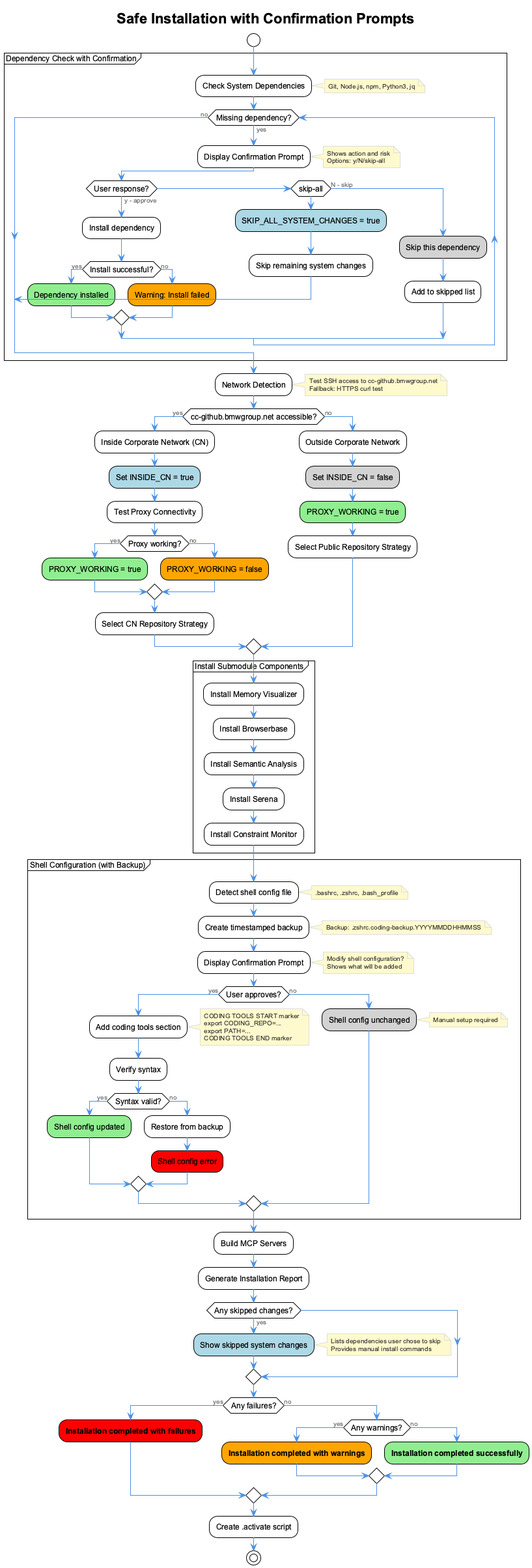
Above: docs/images/installation-flow.png in fwornle/coding (PlantUML), before the change.
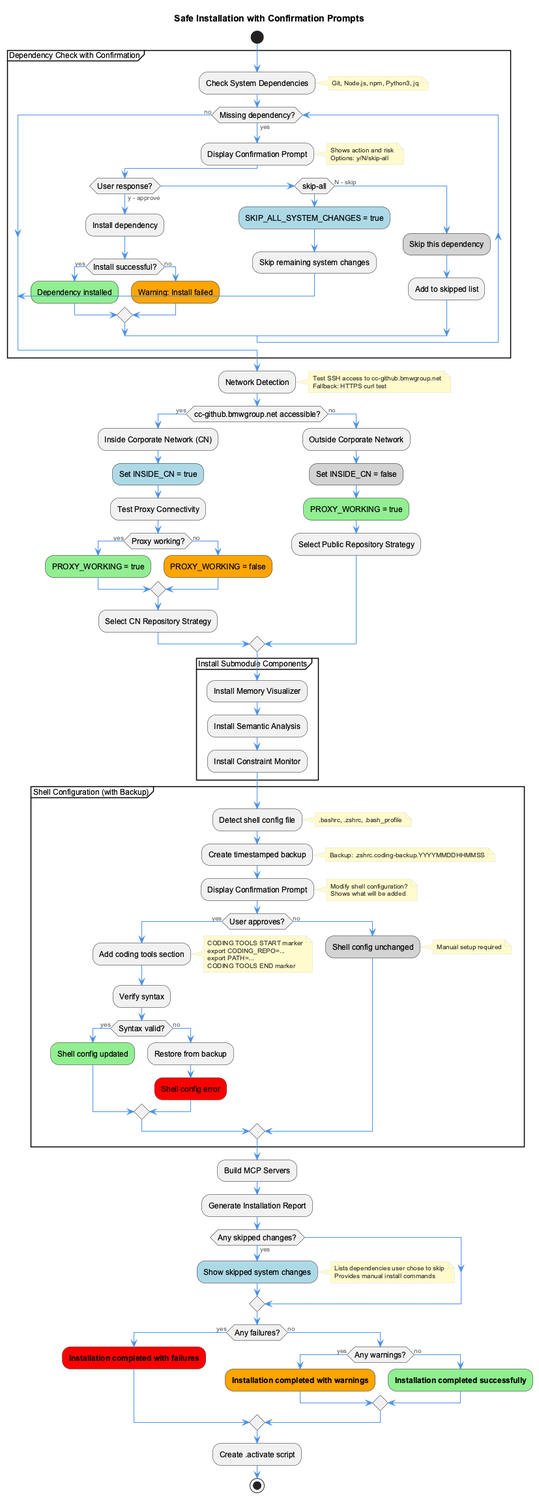
The same diagram one commit later.

Change to the diagram source:
```diff
@@ -64,9 +64,7 @@
 
 partition "Install Submodule Components" {
   :Install Memory Visualizer;
-  :Install Browserbase;
   :Install Semantic Analysis;
-  :Install Serena;
   :Install Constraint Monitor;
 }
 
```
